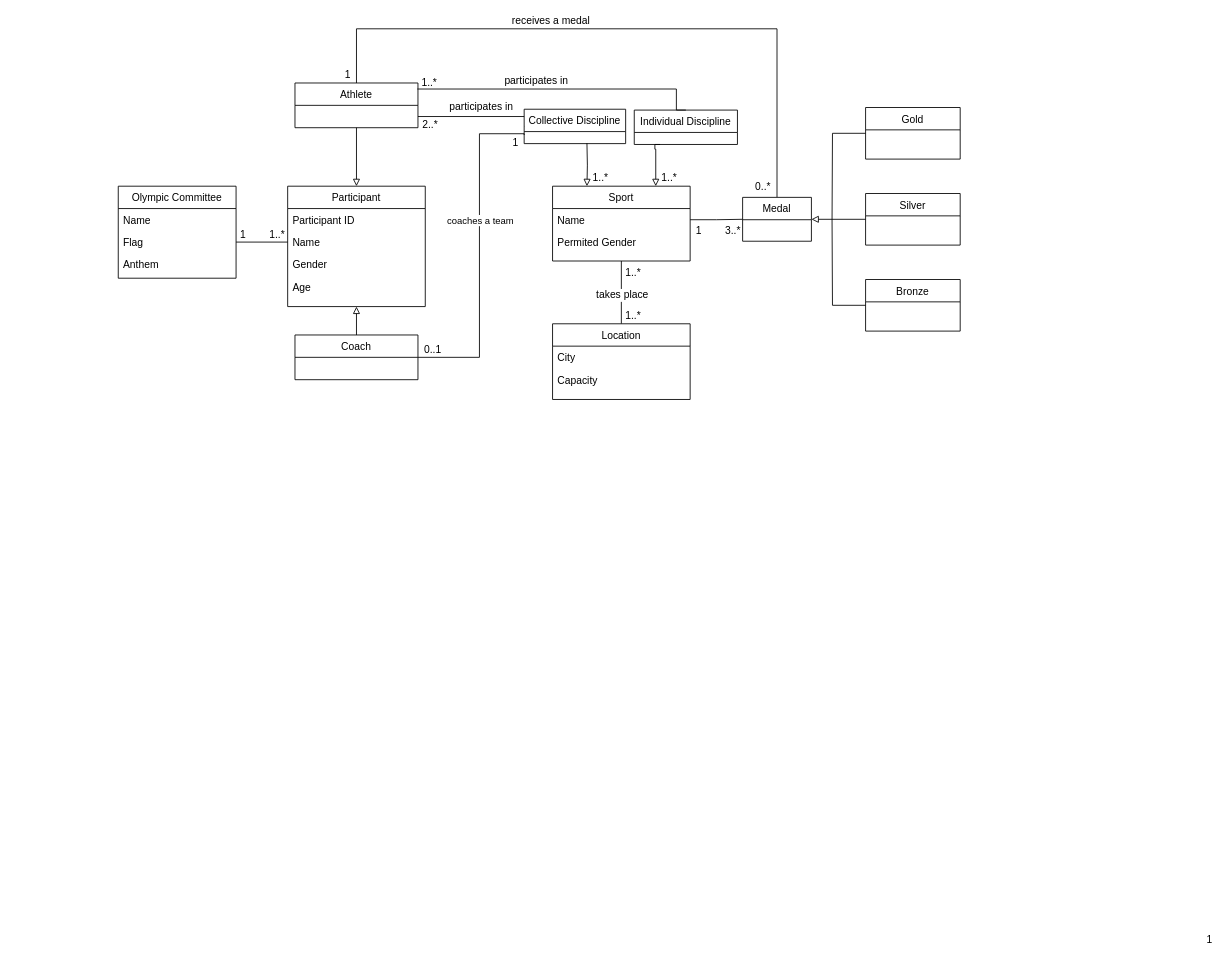
Earlier version of the draw.io diagram copiaprabaixo.drawio (Malva2312/Base-de-Dados-2021-2022). Source tidied: cells renumbered, new cells numbered last; positions are measured from the earlier drawing's top-left corner, leaving out a move shared by most shapes. Both pictures are drawn from the tidied source at 86%, with x=0, y=0 at pixel (15, 28).
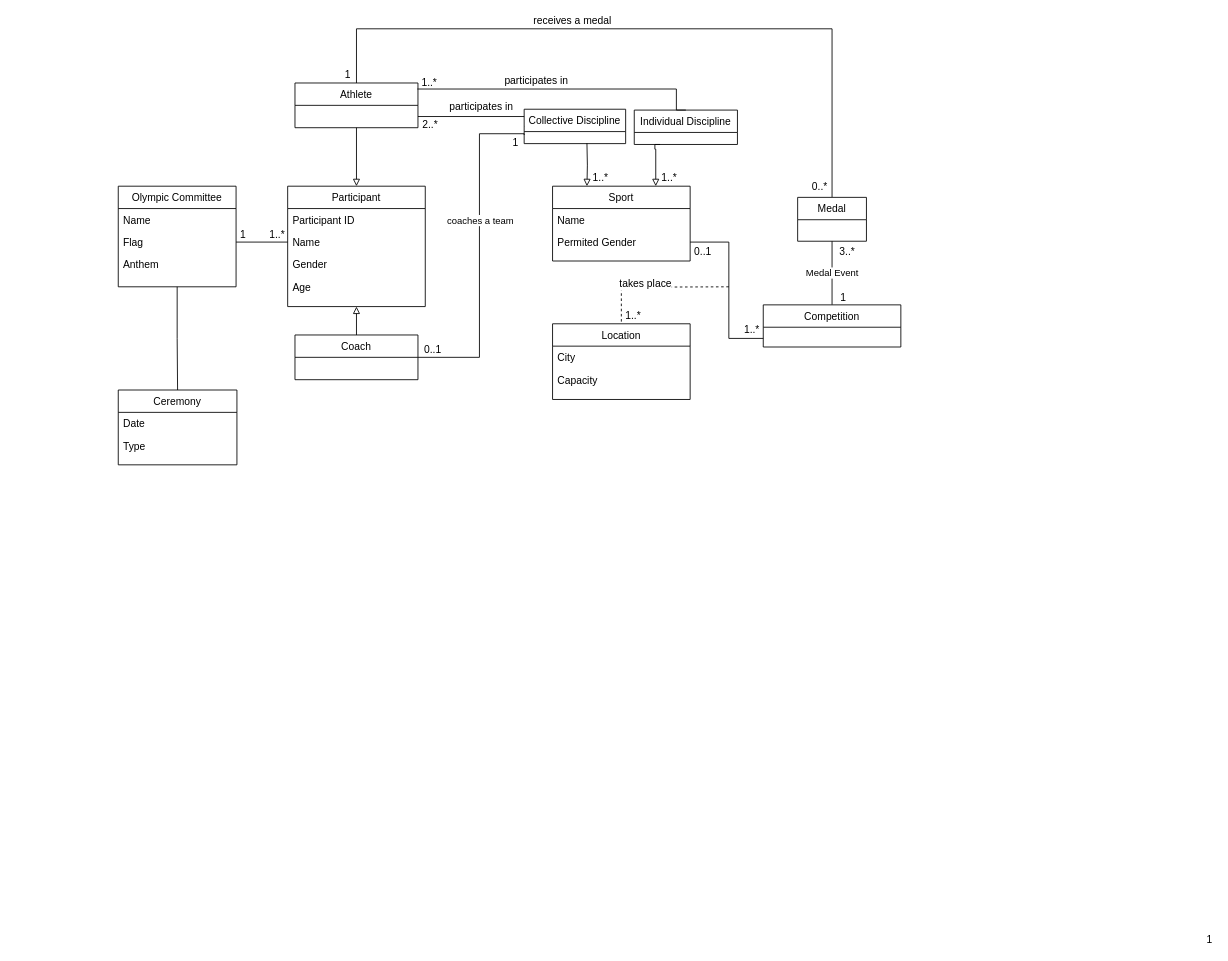
After the change.

The change refers to these unchanged cells:
```xml
<mxCell id="8" value="Athlete" style="swimlane;fontStyle=0;align=center;verticalAlign=top;horizontal=1;startSize=26;rounded=0;shadow=0;strokeWidth=1;fontSize=12;" parent="1" vertex="1">
  <mxGeometry x="325.5" y="63" width="143" height="52" as="geometry" />
</mxCell>
<mxCell id="19" value="Sport" style="swimlane;fontStyle=0;align=center;verticalAlign=top;horizontal=1;startSize=26;rounded=0;shadow=0;strokeWidth=1;fontSize=12;" parent="1" vertex="1">
  <mxGeometry x="625" y="183" width="160" height="87" as="geometry" />
</mxCell>
<mxCell id="20" value="Name" style="text;align=left;verticalAlign=top;spacingLeft=4;spacingRight=4;overflow=hidden;points=[[0,0.5],[1,0.5]];portConstraint=eastwest;fontSize=12;" parent="19" vertex="1">
  <mxGeometry y="26" width="160" height="26" as="geometry" />
</mxCell>
<mxCell id="21" value="Permited Gender" style="text;align=left;verticalAlign=top;spacingLeft=4;spacingRight=4;overflow=hidden;points=[[0,0.5],[1,0.5]];portConstraint=eastwest;rounded=0;shadow=0;html=0;fontSize=12;" parent="19" vertex="1">
  <mxGeometry y="52" width="160" height="26" as="geometry" />
</mxCell>
<mxCell id="37" value="Location" style="swimlane;fontStyle=0;align=center;verticalAlign=top;horizontal=1;startSize=26;rounded=0;shadow=0;strokeWidth=1;fontSize=12;" parent="1" vertex="1">
  <mxGeometry x="625" y="343" width="160" height="88" as="geometry" />
</mxCell>
```

The edit, as a diff of the source:
```diff
@@
+    <mxCell id="60" style="edgeStyle=orthogonalEdgeStyle;rounded=0;jettySize=auto;html=1;exitX=0.5;exitY=1;exitDx=0;exitDy=0;entryX=0.5;entryY=0;entryDx=0;entryDy=0;endArrow=none;endFill=0;" parent="1" edge="1" source="9" target="65">
+      <mxGeometry relative="1" as="geometry" />
+    </mxCell>
     <mxCell id="9" value="Olympic Committee" style="swimlane;fontStyle=0;align=center;verticalAlign=top;horizontal=1;startSize=26;rounded=0;shadow=0;strokeWidth=1;fontSize=12;" parent="1" vertex="1">
-      <mxGeometry x="120" y="183" width="137" height="107" as="geometry" />
+      <mxGeometry x="120" y="183" width="137" height="117" as="geometry" />
     </mxCell>
@@
-    <mxCell id="17" style="edgeStyle=orthogonalEdgeStyle;rounded=0;jettySize=auto;html=1;exitX=0.5;exitY=1;exitDx=0;exitDy=0;entryX=0.5;entryY=0;entryDx=0;entryDy=0;startArrow=none;startFill=0;endArrow=none;endFill=0;fontSize=12;" parent="1" edge="1" source="19" target="37">
-      <mxGeometry relative="1" as="geometry" />
+    <mxCell id="17" style="edgeStyle=orthogonalEdgeStyle;rounded=0;jettySize=auto;html=1;entryX=0.5;entryY=0;entryDx=0;entryDy=0;startArrow=none;startFill=0;endArrow=none;endFill=0;fontSize=12;dashed=1;" parent="1" edge="1" target="37">
+      <mxGeometry relative="1" as="geometry">
+        <mxPoint x="830" y="300" as="sourcePoint" />
+      </mxGeometry>
     </mxCell>
@@
     <mxCell id="26" style="edgeStyle=orthogonalEdgeStyle;rounded=0;jettySize=auto;html=1;exitX=0.5;exitY=0;exitDx=0;exitDy=0;entryX=0.5;entryY=0;entryDx=0;entryDy=0;startArrow=none;startFill=0;endArrow=none;endFill=0;fontSize=12;" parent="1" edge="1" source="28" target="8">
       <mxGeometry relative="1" as="geometry">
         <Array as="points">
-          <mxPoint x="886" />
+          <mxPoint x="950" />
           <mxPoint x="397" />
         </Array>
       </mxGeometry>
     </mxCell>
@@
     <mxCell id="28" value="Medal" style="swimlane;fontStyle=0;align=center;verticalAlign=top;horizontal=1;startSize=26;rounded=0;shadow=0;strokeWidth=1;fontSize=12;" parent="1" vertex="1">
-      <mxGeometry x="846" y="196" width="80" height="51" as="geometry" />
+      <mxGeometry x="910" y="196" width="80" height="51" as="geometry" />
     </mxCell>
-    <mxCell id="29" style="edgeStyle=orthogonalEdgeStyle;rounded=0;jettySize=auto;html=1;exitX=0;exitY=0.5;exitDx=0;exitDy=0;entryX=1;entryY=0.5;entryDx=0;entryDy=0;endArrow=block;endFill=0;fontSize=12;" parent="1" edge="1" source="30" target="28">
-      <mxGeometry relative="1" as="geometry" />
-    </mxCell>
-    <mxCell id="30" value="Silver" style="swimlane;fontStyle=0;align=center;verticalAlign=top;horizontal=1;startSize=26;rounded=0;shadow=0;strokeWidth=1;fontSize=12;" parent="1" vertex="1">
-      <mxGeometry x="989" y="191.5" width="110" height="60" as="geometry" />
-    </mxCell>
-    <mxCell id="31" style="edgeStyle=orthogonalEdgeStyle;rounded=0;jettySize=auto;html=1;exitX=0;exitY=0.5;exitDx=0;exitDy=0;endArrow=none;endFill=0;fontSize=12;" parent="1" edge="1" source="32">
-      <mxGeometry relative="1" as="geometry">
-        <mxPoint x="950" y="222" as="targetPoint" />
-      </mxGeometry>
-    </mxCell>
-    <mxCell id="32" value="Gold" style="swimlane;fontStyle=0;align=center;verticalAlign=top;horizontal=1;startSize=26;rounded=0;shadow=0;strokeWidth=1;fontSize=12;" parent="1" vertex="1">
-      <mxGeometry x="989" y="91.5" width="110" height="60" as="geometry" />
-    </mxCell>
-    <mxCell id="33" style="edgeStyle=orthogonalEdgeStyle;rounded=0;jettySize=auto;html=1;exitX=0;exitY=0.5;exitDx=0;exitDy=0;endArrow=none;endFill=0;fontSize=12;" parent="1" edge="1" source="34">
-      <mxGeometry relative="1" as="geometry">
-        <mxPoint x="950" y="222" as="targetPoint" />
-      </mxGeometry>
-    </mxCell>
-    <mxCell id="34" value="Bronze" style="swimlane;fontStyle=0;align=center;verticalAlign=top;horizontal=1;startSize=26;rounded=0;shadow=0;strokeWidth=1;fontSize=12;" parent="1" vertex="1">
-      <mxGeometry x="989" y="291.5" width="110" height="60" as="geometry" />
-    </mxCell>
@@
-    <mxCell id="36" style="edgeStyle=orthogonalEdgeStyle;rounded=0;jettySize=auto;html=1;exitX=1;exitY=0.5;exitDx=0;exitDy=0;entryX=0;entryY=0.5;entryDx=0;entryDy=0;startArrow=none;startFill=0;endArrow=none;endFill=0;fontSize=12;" parent="1" edge="1" source="20" target="28">
-      <mxGeometry relative="1" as="geometry" />
-    </mxCell>
@@
-    <mxCell id="41" value="1..*" style="align=left;verticalAlign=bottom;labelBackgroundColor=none;fontSize=12;" parent="1" vertex="1">
-      <mxGeometry x="448" y="240" as="geometry">
-        <mxPoint x="260" y="52" as="offset" />
-      </mxGeometry>
-    </mxCell>
     <mxCell id="42" value="3..*" style="align=left;verticalAlign=bottom;labelBackgroundColor=none;fontSize=12;" parent="1" vertex="1">
-      <mxGeometry x="564" y="191" as="geometry">
+      <mxGeometry x="697" y="216" as="geometry">
         <mxPoint x="260" y="52" as="offset" />
       </mxGeometry>
     </mxCell>
     <mxCell id="43" value="1" style="align=left;verticalAlign=bottom;labelBackgroundColor=none;fontSize=12;" parent="1" vertex="1">
-      <mxGeometry x="530" y="191.5" as="geometry">
+      <mxGeometry x="698" y="269" as="geometry">
         <mxPoint x="260" y="52" as="offset" />
       </mxGeometry>
     </mxCell>
     <mxCell id="44" value="0..*" style="align=left;verticalAlign=bottom;labelBackgroundColor=none;fontSize=12;" parent="1" vertex="1">
-      <mxGeometry x="599" y="140" as="geometry">
+      <mxGeometry x="665" y="140" as="geometry">
         <mxPoint x="260" y="52" as="offset" />
       </mxGeometry>
     </mxCell>
@@
+    <mxCell id="61" value="Medal Event" style="edgeStyle=orthogonalEdgeStyle;rounded=0;jettySize=auto;html=1;exitX=0.5;exitY=0;exitDx=0;exitDy=0;entryX=0.5;entryY=1;entryDx=0;entryDy=0;endArrow=none;endFill=0;" parent="1" edge="1" source="62" target="28">
+      <mxGeometry relative="1" as="geometry" />
+    </mxCell>
+    <mxCell id="62" value="Competition" style="swimlane;fontStyle=0;align=center;verticalAlign=top;horizontal=1;startSize=26;rounded=0;shadow=0;strokeWidth=1;fontSize=12;" parent="1" vertex="1">
+      <mxGeometry x="870" y="321" width="160" height="49" as="geometry" />
+    </mxCell>
+    <mxCell id="63" style="edgeStyle=orthogonalEdgeStyle;rounded=0;jettySize=auto;html=1;exitX=0;exitY=0.5;exitDx=0;exitDy=0;entryX=1;entryY=0.5;entryDx=0;entryDy=0;endArrow=none;endFill=0;" parent="1" edge="1" target="21">
+      <mxGeometry relative="1" as="geometry">
+        <mxPoint x="870" y="360" as="sourcePoint" />
+        <Array as="points">
+          <mxPoint x="830" y="360" />
+          <mxPoint x="830" y="248" />
+        </Array>
+      </mxGeometry>
+    </mxCell>
+    <mxCell id="41" value="1..*" style="align=left;verticalAlign=bottom;labelBackgroundColor=none;fontSize=12;" parent="1" vertex="1">
+      <mxGeometry x="586" y="306" as="geometry">
+        <mxPoint x="260" y="52" as="offset" />
+      </mxGeometry>
+    </mxCell>
+    <mxCell id="64" value="0..1" style="align=left;verticalAlign=bottom;labelBackgroundColor=none;fontSize=12;" parent="1" vertex="1">
+      <mxGeometry x="528" y="216" as="geometry">
+        <mxPoint x="260" y="52" as="offset" />
+      </mxGeometry>
+    </mxCell>
+    <mxCell id="65" value="Ceremony" style="swimlane;fontStyle=0;align=center;verticalAlign=top;horizontal=1;startSize=26;rounded=0;shadow=0;strokeWidth=1;fontSize=12;" parent="1" vertex="1">
+      <mxGeometry x="120" y="420" width="138" height="87" as="geometry" />
+    </mxCell>
+    <mxCell id="66" value="Date" style="text;align=left;verticalAlign=top;spacingLeft=4;spacingRight=4;overflow=hidden;fontSize=12;" parent="65" vertex="1">
+      <mxGeometry y="26" width="138" height="26" as="geometry" />
+    </mxCell>
+    <mxCell id="67" value="Type" style="text;align=left;verticalAlign=top;spacingLeft=4;spacingRight=4;overflow=hidden;fontSize=12;" parent="65" vertex="1">
+      <mxGeometry y="52" width="138" height="26" as="geometry" />
+    </mxCell>
```
